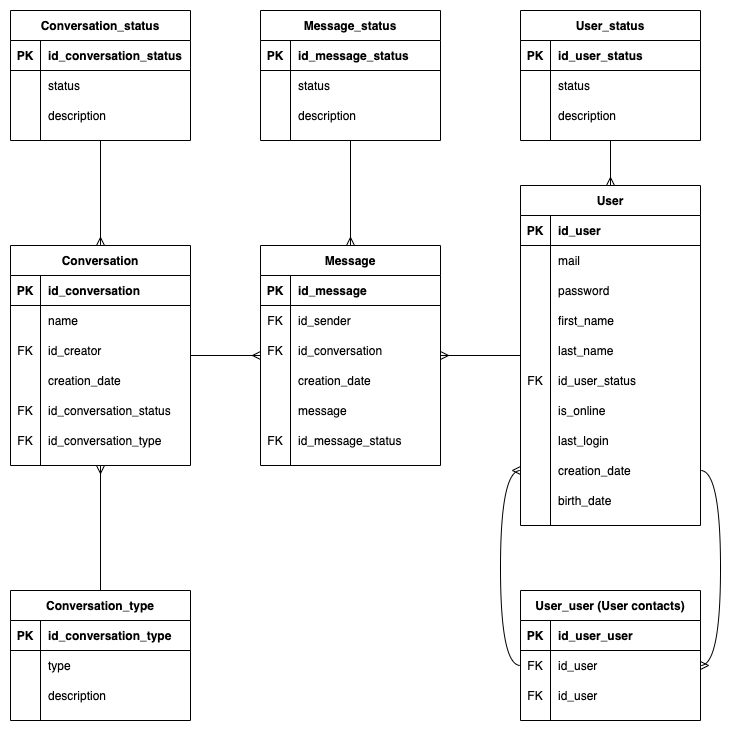
Before: db/ER diagram.png, a diagram exported from draw.io (Unosquare-CoE-JavaScript/practice-project). Source tidied: cells renumbered, new cells last; positions are measured from the earlier drawing's top-left corner, leaving out a move shared by most shapes.
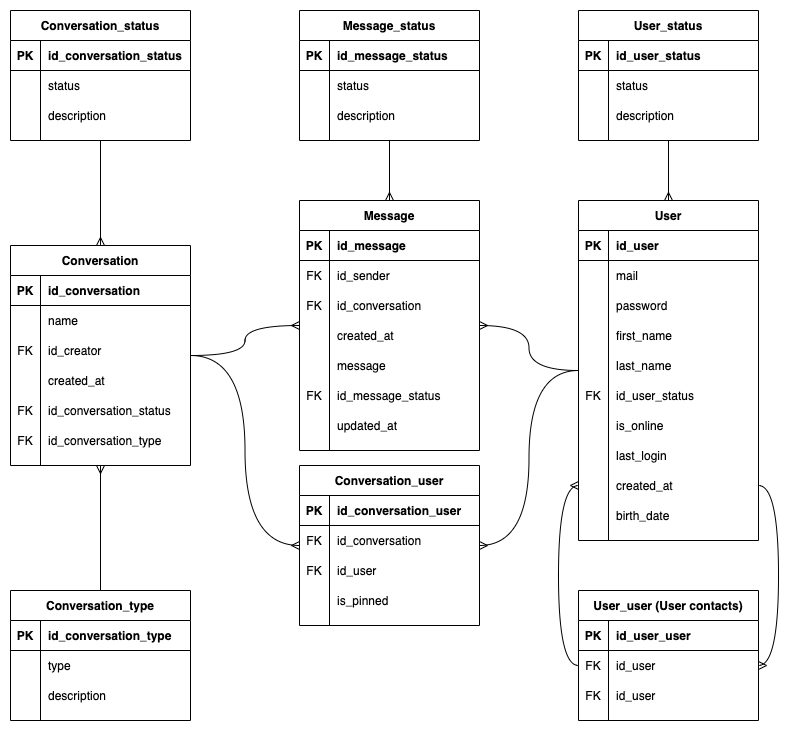
The same diagram one commit later.

Commit message:
feat: update database ER diagram

What changed in the source:
```diff
@@ -2,18 +2,8 @@
   <root>
     <mxCell id="0" />
     <mxCell id="1" parent="0" />
-    <mxCell id="2" style="edgeStyle=entityRelationEdgeStyle;endArrow=ERzeroToMany;startArrow=ERone;endFill=1;startFill=0;" parent="1" edge="1" target="x">
-      <mxGeometry relative="1" as="geometry">
-        <mxPoint x="278" y="125" as="sourcePoint" />
-      </mxGeometry>
-    </mxCell>
-    <mxCell id="3" style="edgeStyle=entityRelationEdgeStyle;endArrow=ERzeroToMany;startArrow=ERone;endFill=1;startFill=0;" parent="1" edge="1" target="x">
-      <mxGeometry relative="1" as="geometry">
-        <mxPoint x="608" y="125" as="sourcePoint" />
-      </mxGeometry>
-    </mxCell>
     <mxCell id="4" value="Message" style="shape=table;startSize=30;rowLines=0;fontStyle=1;align=center;" parent="1" vertex="1">
-      <mxGeometry x="250" y="235" width="180" height="220" as="geometry" />
+      <mxGeometry x="238" y="190" width="180" height="250" as="geometry" />
     </mxCell>
     <mxCell id="5" style="shape=partialRectangle;fillColor=none;top=0;left=0;bottom=1;right=0;" parent="4" vertex="1">
       <mxGeometry y="30" width="180" height="30" as="geometry" />
@@ -48,7 +38,7 @@
     <mxCell id="15" style="shape=partialRectangle;fillColor=none;top=0;left=0;bottom=0;right=0;overflow=hidden;" parent="14" vertex="1">
       <mxGeometry width="30" height="30" as="geometry" />
     </mxCell>
-    <mxCell id="16" value="creation_date" style="shape=partialRectangle;fillColor=none;top=0;left=0;bottom=0;right=0;align=left;spacingLeft=6;overflow=hidden;" parent="14" vertex="1">
+    <mxCell id="16" value="created_at" style="shape=partialRectangle;fillColor=none;top=0;left=0;bottom=0;right=0;align=left;spacingLeft=6;overflow=hidden;" parent="14" vertex="1">
       <mxGeometry x="30" width="150" height="30" as="geometry" />
     </mxCell>
     <mxCell id="17" style="shape=partialRectangle;fillColor=none;top=0;left=0;bottom=0;right=0;" parent="4" vertex="1">
@@ -63,17 +53,29 @@
     <mxCell id="20" style="shape=partialRectangle;fillColor=none;top=0;left=0;bottom=0;right=0;" parent="4" vertex="1">
       <mxGeometry y="180" width="180" height="30" as="geometry" />
     </mxCell>
-    <mxCell id="21" value="FK" style="shape=partialRectangle;fillColor=none;top=0;left=0;bottom=0;right=0;overflow=hidden;" parent="20" vertex="1">
-      <mxGeometry width="30" height="30" as="geometry" />
-    </mxCell>
+    <mxCell id="131" value="FK" style="shape=partialRectangle;fillColor=none;top=0;left=0;bottom=0;right=0;overflow=hidden;" parent="20" vertex="1">
+      <mxGeometry width="30" height="30" as="geometry" />
+    </mxCell>
     <mxCell id="22" value="id_message_status" style="shape=partialRectangle;fillColor=none;top=0;left=0;bottom=0;right=0;align=left;spacingLeft=6;overflow=hidden;" parent="20" vertex="1">
       <mxGeometry x="30" width="150" height="30" as="geometry" />
     </mxCell>
+    <mxCell id="132" style="shape=partialRectangle;fillColor=none;top=0;left=0;bottom=0;right=0;" parent="4" vertex="1">
+      <mxGeometry y="210" width="180" height="30" as="geometry" />
+    </mxCell>
+    <mxCell id="133" style="shape=partialRectangle;fillColor=none;top=0;left=0;bottom=0;right=0;overflow=hidden;" parent="132" vertex="1">
+      <mxGeometry width="30" height="30" as="geometry" />
+    </mxCell>
+    <mxCell id="134" value="updated_at" style="shape=partialRectangle;fillColor=none;top=0;left=0;bottom=0;right=0;align=left;spacingLeft=6;overflow=hidden;" parent="132" vertex="1">
+      <mxGeometry x="30" width="150" height="30" as="geometry" />
+    </mxCell>
     <mxCell id="23" style="edgeStyle=orthogonalEdgeStyle;curved=1;rounded=0;jettySize=auto;html=1;startArrow=none;startFill=0;endArrow=ERmany;endFill=0;" parent="1" edge="1" source="24" target="4">
       <mxGeometry relative="1" as="geometry" />
     </mxCell>
+    <mxCell id="135" style="edgeStyle=orthogonalEdgeStyle;curved=1;rounded=0;jettySize=auto;html=1;endArrow=ERmany;endFill=0;" parent="1" edge="1" source="24" target="137">
+      <mxGeometry relative="1" as="geometry" />
+    </mxCell>
     <mxCell id="24" value="User" style="shape=table;startSize=30;rowLines=0;fontStyle=1;align=center;columnLines=1;" parent="1" vertex="1">
-      <mxGeometry x="510" y="175" width="180" height="340" as="geometry" />
+      <mxGeometry x="517" y="190" width="180" height="340" as="geometry" />
     </mxCell>
     <mxCell id="25" style="shape=partialRectangle;fillColor=none;top=0;left=0;bottom=1;right=0;" parent="24" vertex="1">
       <mxGeometry y="30" width="180" height="30" as="geometry" />
@@ -153,7 +155,7 @@
     <mxCell id="50" style="shape=partialRectangle;fillColor=none;top=0;left=0;bottom=0;right=0;overflow=hidden;" parent="49" vertex="1">
       <mxGeometry width="30" height="30" as="geometry" />
     </mxCell>
-    <mxCell id="51" value="creation_date" style="shape=partialRectangle;fillColor=none;top=0;left=0;bottom=0;right=0;align=left;spacingLeft=6;overflow=hidden;" parent="49" vertex="1">
+    <mxCell id="51" value="created_at" style="shape=partialRectangle;fillColor=none;top=0;left=0;bottom=0;right=0;align=left;spacingLeft=6;overflow=hidden;" parent="49" vertex="1">
       <mxGeometry x="30" width="150" height="30" as="geometry" />
     </mxCell>
     <mxCell id="52" style="shape=partialRectangle;fillColor=none;top=0;left=0;bottom=0;right=0;" parent="24" vertex="1">
@@ -169,7 +171,7 @@
       <mxGeometry relative="1" as="geometry" />
     </mxCell>
     <mxCell id="56" value="User_status" style="shape=table;startSize=30;rowLines=0;fontStyle=1;align=center;" parent="1" vertex="1">
-      <mxGeometry x="510" width="180" height="130" as="geometry" />
+      <mxGeometry x="517" width="180" height="130" as="geometry" />
     </mxCell>
     <mxCell id="57" style="shape=partialRectangle;fillColor=none;top=0;left=0;bottom=1;right=0;" parent="56" vertex="1">
       <mxGeometry y="30" width="180" height="30" as="geometry" />
@@ -201,8 +203,11 @@
     <mxCell id="66" style="edgeStyle=orthogonalEdgeStyle;curved=1;rounded=0;jettySize=auto;html=1;startArrow=none;startFill=0;endArrow=ERmany;endFill=0;" parent="1" edge="1" source="67" target="4">
       <mxGeometry relative="1" as="geometry" />
     </mxCell>
+    <mxCell id="136" style="edgeStyle=orthogonalEdgeStyle;rounded=0;jettySize=auto;html=1;curved=1;endArrow=ERmany;endFill=0;" parent="1" edge="1" source="67" target="137">
+      <mxGeometry relative="1" as="geometry" />
+    </mxCell>
     <mxCell id="67" value="Conversation" style="shape=table;startSize=30;rowLines=0;fontStyle=1;align=center;" parent="1" vertex="1">
-      <mxGeometry y="235" width="180" height="220" as="geometry" />
+      <mxGeometry x="-51" y="235" width="180" height="220" as="geometry" />
     </mxCell>
     <mxCell id="68" style="shape=partialRectangle;fillColor=none;top=0;left=0;bottom=1;right=0;" parent="67" vertex="1">
       <mxGeometry y="30" width="180" height="30" as="geometry" />
@@ -237,7 +242,7 @@
     <mxCell id="78" style="shape=partialRectangle;fillColor=none;top=0;left=0;bottom=0;right=0;overflow=hidden;" parent="77" vertex="1">
       <mxGeometry width="30" height="30" as="geometry" />
     </mxCell>
-    <mxCell id="79" value="creation_date" style="shape=partialRectangle;fillColor=none;top=0;left=0;bottom=0;right=0;align=left;spacingLeft=6;overflow=hidden;" parent="77" vertex="1">
+    <mxCell id="79" value="created_at" style="shape=partialRectangle;fillColor=none;top=0;left=0;bottom=0;right=0;align=left;spacingLeft=6;overflow=hidden;" parent="77" vertex="1">
       <mxGeometry x="30" width="150" height="30" as="geometry" />
     </mxCell>
     <mxCell id="80" style="shape=partialRectangle;fillColor=none;top=0;left=0;bottom=0;right=0;" parent="67" vertex="1">
@@ -262,7 +267,7 @@
       <mxGeometry relative="1" as="geometry" />
     </mxCell>
     <mxCell id="87" value="Conversation_status" style="shape=table;startSize=30;rowLines=0;fontStyle=1;align=center;" parent="1" vertex="1">
-      <mxGeometry width="180" height="130" as="geometry" />
+      <mxGeometry x="-51" width="180" height="130" as="geometry" />
     </mxCell>
     <mxCell id="88" style="shape=partialRectangle;fillColor=none;top=0;left=0;bottom=1;right=0;" parent="87" vertex="1">
       <mxGeometry y="30" width="180" height="30" as="geometry" />
@@ -291,11 +296,11 @@
     <mxCell id="96" value="description" style="shape=partialRectangle;fillColor=none;top=0;left=0;bottom=0;right=0;align=left;spacingLeft=6;overflow=hidden;" parent="94" vertex="1">
       <mxGeometry x="30" width="150" height="30" as="geometry" />
     </mxCell>
-    <mxCell id="97" style="edgeStyle=orthogonalEdgeStyle;curved=1;rounded=0;jettySize=auto;html=1;startArrow=none;startFill=0;endArrow=ERmany;endFill=0;" parent="1" edge="1" source="98" target="4">
+    <mxCell id="97" style="edgeStyle=orthogonalEdgeStyle;curved=1;rounded=0;jettySize=auto;html=1;endArrow=ERmany;endFill=0;" parent="1" edge="1" source="98" target="4">
       <mxGeometry relative="1" as="geometry" />
     </mxCell>
     <mxCell id="98" value="Message_status" style="shape=table;startSize=30;rowLines=0;fontStyle=1;align=center;" parent="1" vertex="1">
-      <mxGeometry x="250" width="180" height="130" as="geometry" />
+      <mxGeometry x="238" width="180" height="130" as="geometry" />
     </mxCell>
     <mxCell id="99" style="shape=partialRectangle;fillColor=none;top=0;left=0;bottom=1;right=0;" parent="98" vertex="1">
       <mxGeometry y="30" width="180" height="30" as="geometry" />
@@ -325,7 +330,7 @@
       <mxGeometry x="30" width="150" height="30" as="geometry" />
     </mxCell>
     <mxCell id="108" value="User_user (User contacts)" style="shape=table;startSize=30;rowLines=0;fontStyle=1;align=center;" parent="1" vertex="1">
-      <mxGeometry x="510" y="580" width="180" height="130" as="geometry" />
+      <mxGeometry x="517" y="580" width="180" height="130" as="geometry" />
     </mxCell>
     <mxCell id="109" style="shape=partialRectangle;fillColor=none;top=0;left=0;bottom=1;right=0;" parent="108" vertex="1">
       <mxGeometry y="30" width="180" height="30" as="geometry" />
@@ -358,7 +363,7 @@
       <mxGeometry relative="1" as="geometry" />
     </mxCell>
     <mxCell id="119" value="Conversation_type" style="shape=table;startSize=30;rowLines=0;fontStyle=1;align=center;" parent="1" vertex="1">
-      <mxGeometry y="580" width="180" height="130" as="geometry" />
+      <mxGeometry x="-51" y="580" width="180" height="130" as="geometry" />
     </mxCell>
     <mxCell id="120" style="shape=partialRectangle;fillColor=none;top=0;left=0;bottom=1;right=0;" parent="119" vertex="1">
       <mxGeometry y="30" width="180" height="30" as="geometry" />
@@ -393,5 +398,44 @@
     <mxCell id="130" style="edgeStyle=orthogonalEdgeStyle;curved=1;rounded=0;jettySize=auto;html=1;entryX=1;entryY=0.5;entryDx=0;entryDy=0;startArrow=none;startFill=0;endArrow=ERmany;endFill=0;exitX=1;exitY=0.5;exitDx=0;exitDy=0;" parent="1" edge="1" source="49" target="112">
       <mxGeometry relative="1" as="geometry" />
     </mxCell>
+    <mxCell id="137" value="Conversation_user" style="shape=table;startSize=30;rowLines=0;fontStyle=1;align=center;" parent="1" vertex="1">
+      <mxGeometry x="238" y="455" width="180" height="160" as="geometry" />
+    </mxCell>
+    <mxCell id="138" style="shape=partialRectangle;fillColor=none;top=0;left=0;bottom=1;right=0;" parent="137" vertex="1">
+      <mxGeometry y="30" width="180" height="30" as="geometry" />
+    </mxCell>
+    <mxCell id="139" value="PK" style="shape=partialRectangle;fillColor=none;top=0;left=0;bottom=0;right=0;fontStyle=1;overflow=hidden;" parent="138" vertex="1">
+      <mxGeometry width="30" height="30" as="geometry" />
+    </mxCell>
+    <mxCell id="140" value="id_conversation_user" style="shape=partialRectangle;fillColor=none;top=0;left=0;bottom=0;right=0;align=left;spacingLeft=6;fontStyle=1;overflow=hidden;" parent="138" vertex="1">
+      <mxGeometry x="30" width="150" height="30" as="geometry" />
+    </mxCell>
+    <mxCell id="141" style="shape=partialRectangle;fillColor=none;top=0;left=0;bottom=0;right=0;" parent="137" vertex="1">
+      <mxGeometry y="60" width="180" height="30" as="geometry" />
+    </mxCell>
+    <mxCell id="142" value="FK" style="shape=partialRectangle;fillColor=none;top=0;left=0;bottom=0;right=0;overflow=hidden;" parent="141" vertex="1">
+      <mxGeometry width="30" height="30" as="geometry" />
+    </mxCell>
+    <mxCell id="143" value="id_conversation" style="shape=partialRectangle;fillColor=none;top=0;left=0;bottom=0;right=0;align=left;spacingLeft=6;overflow=hidden;" parent="141" vertex="1">
+      <mxGeometry x="30" width="150" height="30" as="geometry" />
+    </mxCell>
+    <mxCell id="144" style="shape=partialRectangle;fillColor=none;top=0;left=0;bottom=0;right=0;" parent="137" vertex="1">
+      <mxGeometry y="90" width="180" height="30" as="geometry" />
+    </mxCell>
+    <mxCell id="145" value="FK" style="shape=partialRectangle;fillColor=none;top=0;left=0;bottom=0;right=0;overflow=hidden;" parent="144" vertex="1">
+      <mxGeometry width="30" height="30" as="geometry" />
+    </mxCell>
+    <mxCell id="146" value="id_user" style="shape=partialRectangle;fillColor=none;top=0;left=0;bottom=0;right=0;align=left;spacingLeft=6;overflow=hidden;" parent="144" vertex="1">
+      <mxGeometry x="30" width="150" height="30" as="geometry" />
+    </mxCell>
+    <mxCell id="147" style="shape=partialRectangle;fillColor=none;top=0;left=0;bottom=0;right=0;" parent="137" vertex="1">
+      <mxGeometry y="120" width="180" height="30" as="geometry" />
+    </mxCell>
+    <mxCell id="148" style="shape=partialRectangle;fillColor=none;top=0;left=0;bottom=0;right=0;overflow=hidden;" parent="147" vertex="1">
+      <mxGeometry width="30" height="30" as="geometry" />
+    </mxCell>
+    <mxCell id="149" value="is_pinned" style="shape=partialRectangle;fillColor=none;top=0;left=0;bottom=0;right=0;align=left;spacingLeft=6;overflow=hidden;" parent="147" vertex="1">
+      <mxGeometry x="30" width="150" height="30" as="geometry" />
+    </mxCell>
   </root>
 </mxGraphModel>
```
